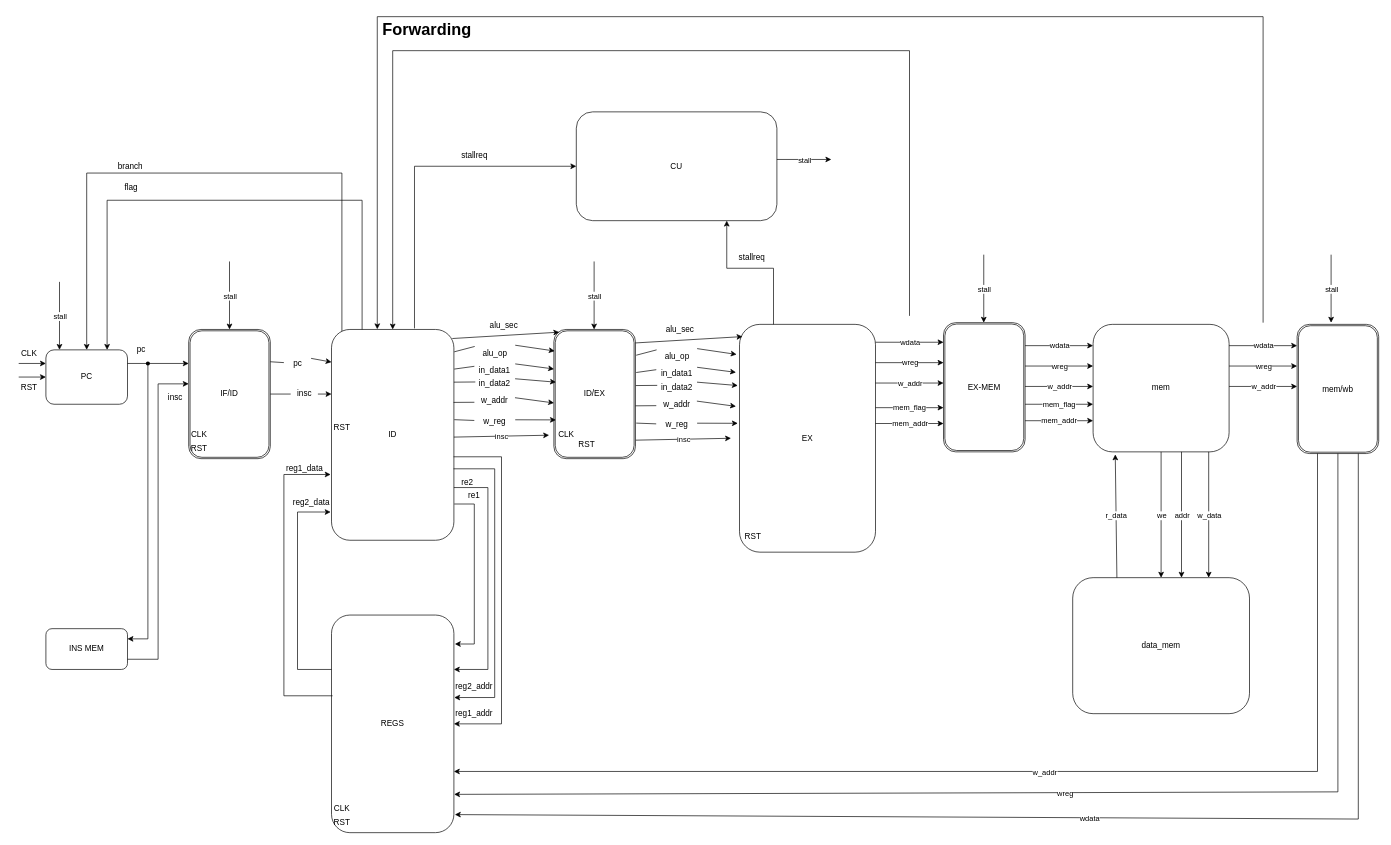
This is 数据通路图.drawio from davi-wang/cpu-labs, a draw.io file, before an edit. Source tidied: cells renumbered, new cells numbered last; positions are measured from the earlier drawing's top-left corner, leaving out a move shared by most shapes. Both pictures are drawn from the tidied source at 68%, with x=0, y=0 at pixel (12, -4).
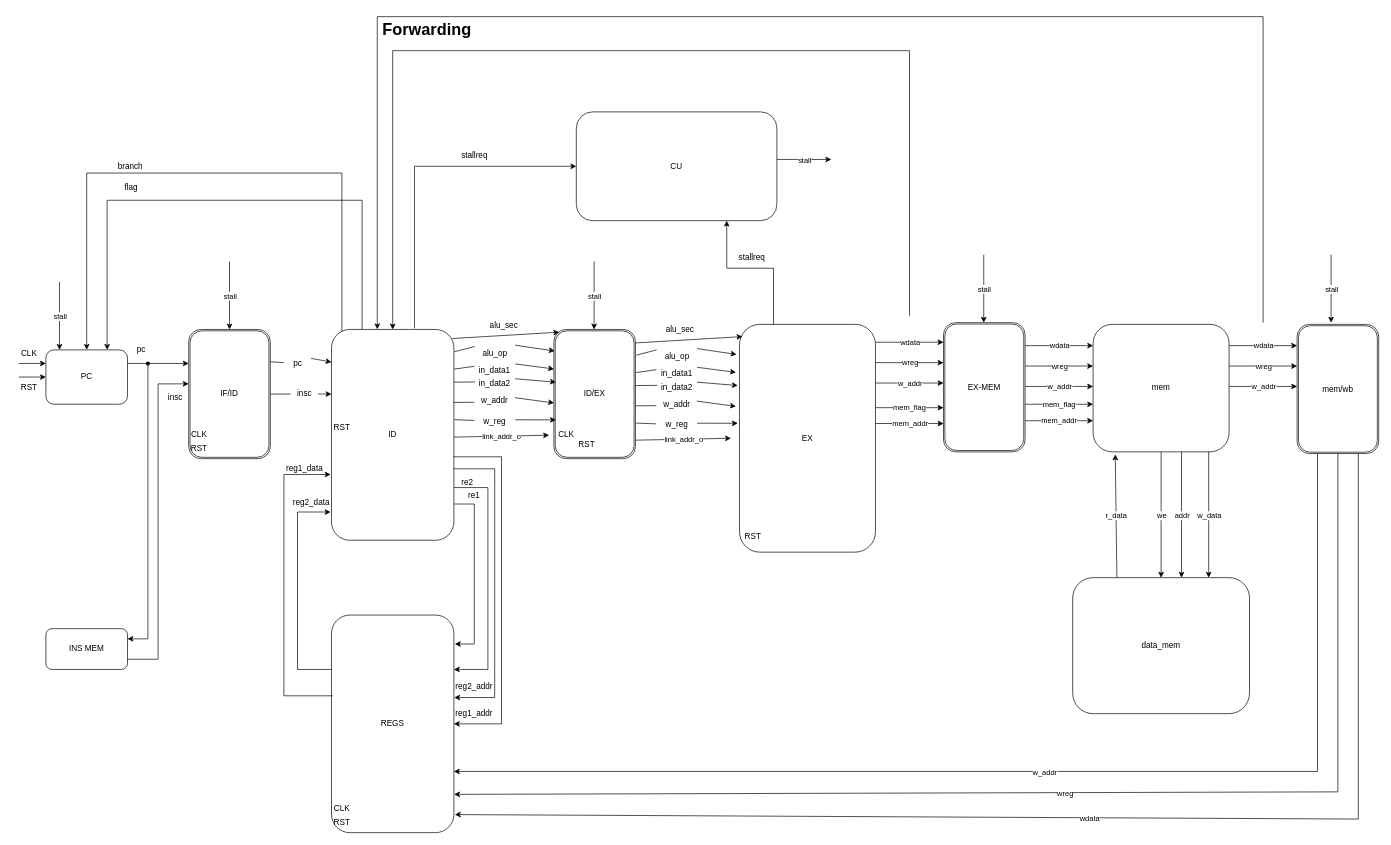
The same page after the edit.

Unchanged cells that the change refers to:
```xml
<mxCell id="128" style="endArrow=classic;html=1;rounded=0;fillColor=#191919;" parent="1" edge="1" target="22">
  <mxGeometry relative="1" as="geometry">
    <mxPoint x="650" y="648.3" as="sourcePoint" />
  </mxGeometry>
</mxCell>
<mxCell id="130" style="endArrow=classic;html=1;rounded=0;fillColor=#191919;" parent="1" edge="1">
  <mxGeometry relative="1" as="geometry">
    <mxPoint x="917.5" y="652.8" as="sourcePoint" />
    <mxPoint x="1057.5" y="650" as="targetPoint" />
  </mxGeometry>
</mxCell>
```

Diff of the diagram source:
```diff
@@
-    <mxCell id="129" value="insc" style="edgeLabel;html=1;align=center;verticalAlign=middle;" parent="128" vertex="1">
+    <mxCell id="129" value="link_addr_o" style="edgeLabel;html=1;align=center;verticalAlign=middle;" parent="128" vertex="1">
       <mxGeometry relative="1" as="geometry" />
     </mxCell>
@@
-    <mxCell id="131" value="insc" style="edgeLabel;html=1;align=center;verticalAlign=middle;" parent="130" vertex="1">
+    <mxCell id="131" value="link_addr_o" style="edgeLabel;html=1;align=center;verticalAlign=middle;" parent="130" vertex="1">
       <mxGeometry relative="1" as="geometry" />
     </mxCell>
```
